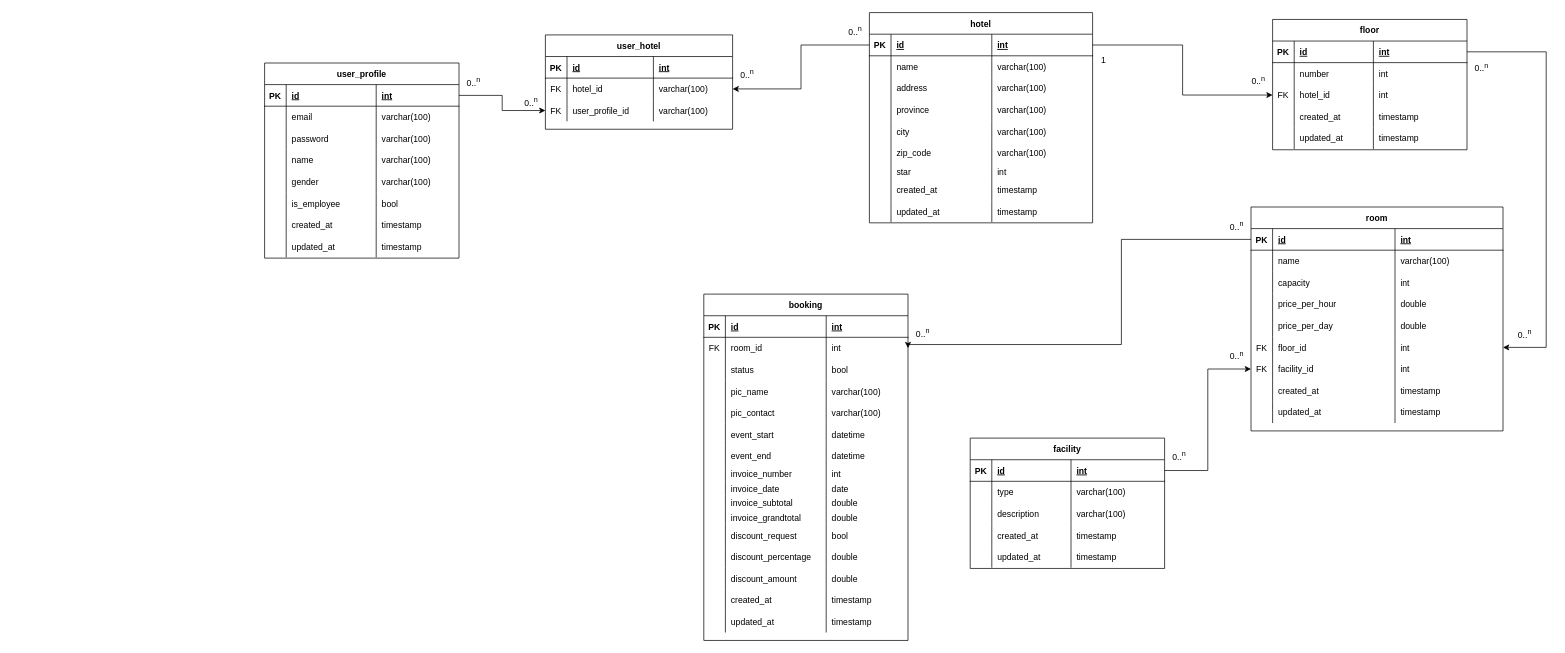
ariejanuarb/hotel_booking keeps this draw.io diagram as page "Latest ERD" (3 of 5) of entity_relationship_diagram/Booking_hotel.drawio. Above is the earlier version. Source tidied: cells renumbered, new cells numbered last; positions are measured from the earlier drawing's top-left corner, leaving out a move shared by most shapes. Both pictures are drawn from the tidied source at 72%, with x=0, y=0 at pixel (264, 12).
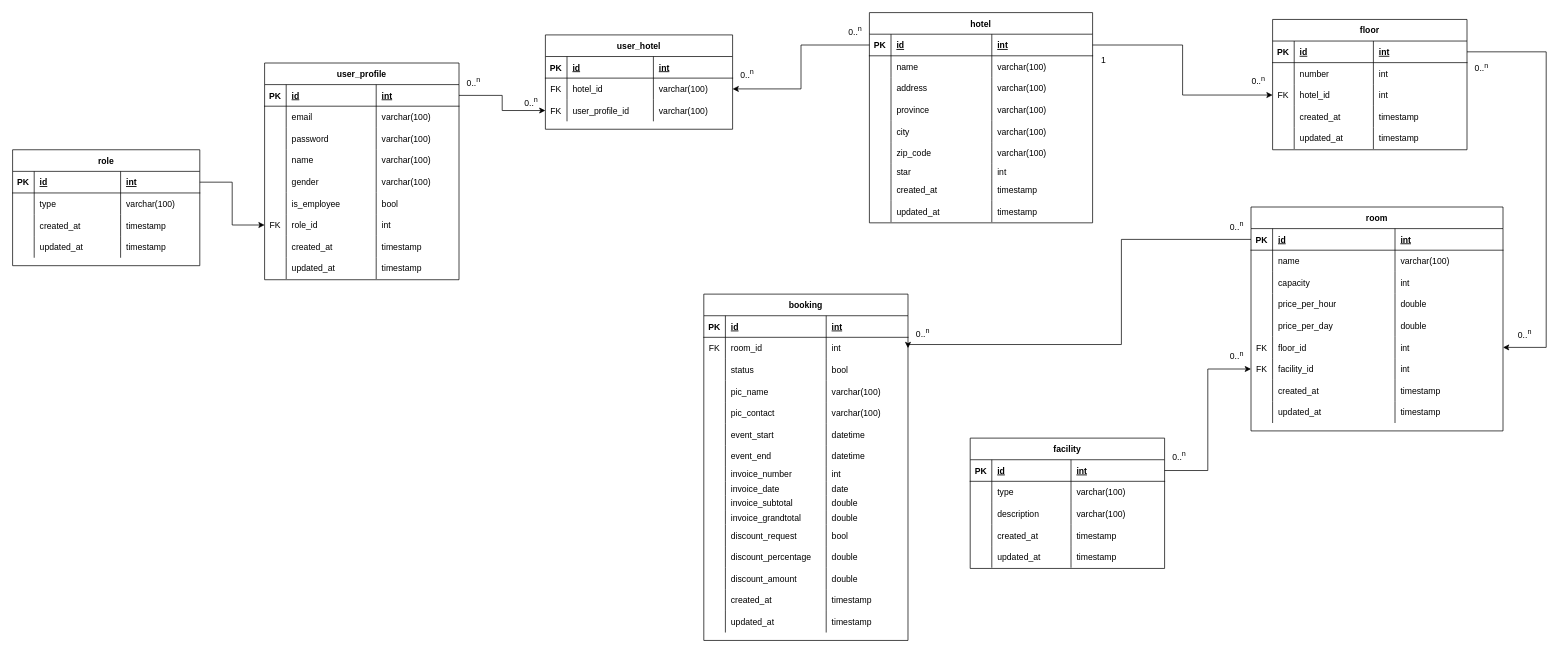
Above is the later version.

Change to the diagram source:
```diff
@@
     <mxCell id="2" value="user_profile" style="shape=table;startSize=30;childLayout=tableLayout;rowLines=0;fontStyle=1;align=center;" parent="1" vertex="1">
-      <mxGeometry y="70" width="270" height="271" as="geometry" />
+      <mxGeometry y="70" width="270" height="301" as="geometry" />
     </mxCell>
@@
+    <mxCell id="247" style="shape=partialRectangle;fillColor=none;points=[[0,0.5],[1,0.5]];portConstraint=eastwest;top=0;left=0;right=0;bottom=0;" parent="2" vertex="1">
+      <mxGeometry y="210" width="270" height="30" as="geometry" />
+    </mxCell>
+    <mxCell id="248" value="FK" style="shape=partialRectangle;overflow=hidden;fillColor=none;top=0;left=0;bottom=0;right=0;" parent="247" vertex="1">
+      <mxGeometry width="30" height="30" as="geometry" />
+    </mxCell>
+    <mxCell id="249" value="role_id" style="shape=partialRectangle;overflow=hidden;fillColor=none;top=0;left=0;bottom=0;right=0;align=left;spacingLeft=6;" parent="247" vertex="1">
+      <mxGeometry x="30" width="125" height="30" as="geometry" />
+    </mxCell>
+    <mxCell id="250" value="int" style="shape=partialRectangle;overflow=hidden;fillColor=none;top=0;left=0;bottom=0;right=0;align=left;spacingLeft=6;" parent="247" vertex="1">
+      <mxGeometry x="155" width="115" height="30" as="geometry" />
+    </mxCell>
     <mxCell id="27" style="shape=partialRectangle;fillColor=none;top=0;left=0;right=0;bottom=0;" parent="2" vertex="1">
-      <mxGeometry y="210" width="270" height="30" as="geometry" />
+      <mxGeometry y="240" width="270" height="30" as="geometry" />
     </mxCell>
@@
     <mxCell id="31" style="shape=partialRectangle;fillColor=none;top=0;left=0;right=0;bottom=0;" parent="2" vertex="1">
-      <mxGeometry y="240" width="270" height="30" as="geometry" />
+      <mxGeometry y="270" width="270" height="30" as="geometry" />
     </mxCell>
@@
+    <mxCell id="251" value="role" style="shape=table;startSize=30;childLayout=tableLayout;rowLines=0;fontStyle=1;align=center;" parent="1" vertex="1">
+      <mxGeometry x="-350" y="190.5" width="260" height="161" as="geometry" />
+    </mxCell>
+    <mxCell id="252" style="shape=partialRectangle;fillColor=none;points=[[0,0.5],[1,0.5]];portConstraint=eastwest;top=0;left=0;right=0;bottom=1;" parent="251" vertex="1">
+      <mxGeometry y="30" width="260" height="30" as="geometry" />
+    </mxCell>
+    <mxCell id="253" value="PK" style="shape=partialRectangle;overflow=hidden;fillColor=none;top=0;left=0;bottom=0;right=0;fontStyle=1;" parent="252" vertex="1">
+      <mxGeometry width="30" height="30" as="geometry" />
+    </mxCell>
+    <mxCell id="254" value="id" style="shape=partialRectangle;overflow=hidden;fillColor=none;top=0;left=0;bottom=0;right=0;align=left;spacingLeft=6;fontStyle=5;" parent="252" vertex="1">
+      <mxGeometry x="30" width="120" height="30" as="geometry" />
+    </mxCell>
+    <mxCell id="255" value="int" style="shape=partialRectangle;overflow=hidden;fillColor=none;top=0;left=0;bottom=0;right=0;align=left;spacingLeft=6;fontStyle=5;" parent="252" vertex="1">
+      <mxGeometry x="150" width="110" height="30" as="geometry" />
+    </mxCell>
+    <mxCell id="256" style="shape=partialRectangle;fillColor=none;top=0;left=0;right=0;bottom=0;" parent="251" vertex="1">
+      <mxGeometry y="60" width="260" height="30" as="geometry" />
+    </mxCell>
+    <mxCell id="257" style="shape=partialRectangle;overflow=hidden;fillColor=none;top=0;left=0;bottom=0;right=0;" parent="256" vertex="1">
+      <mxGeometry width="30" height="30" as="geometry" />
+    </mxCell>
+    <mxCell id="258" value="type" style="shape=partialRectangle;overflow=hidden;fillColor=none;top=0;left=0;bottom=0;right=0;align=left;spacingLeft=6;" parent="256" vertex="1">
+      <mxGeometry x="30" width="120" height="30" as="geometry" />
+    </mxCell>
+    <mxCell id="259" value="varchar(100)" style="shape=partialRectangle;overflow=hidden;fillColor=none;top=0;left=0;bottom=0;right=0;align=left;spacingLeft=6;" parent="256" vertex="1">
+      <mxGeometry x="150" width="110" height="30" as="geometry" />
+    </mxCell>
+    <mxCell id="260" style="shape=partialRectangle;fillColor=none;top=0;left=0;right=0;bottom=0;" parent="251" vertex="1">
+      <mxGeometry y="90" width="260" height="30" as="geometry" />
+    </mxCell>
+    <mxCell id="261" style="shape=partialRectangle;overflow=hidden;fillColor=none;top=0;left=0;bottom=0;right=0;" parent="260" vertex="1">
+      <mxGeometry width="30" height="30" as="geometry" />
+    </mxCell>
+    <mxCell id="262" value="created_at" style="shape=partialRectangle;overflow=hidden;fillColor=none;top=0;left=0;bottom=0;right=0;align=left;spacingLeft=6;" parent="260" vertex="1">
+      <mxGeometry x="30" width="120" height="30" as="geometry" />
+    </mxCell>
+    <mxCell id="263" value="timestamp" style="shape=partialRectangle;overflow=hidden;fillColor=none;top=0;left=0;bottom=0;right=0;align=left;spacingLeft=6;" parent="260" vertex="1">
+      <mxGeometry x="150" width="110" height="30" as="geometry" />
+    </mxCell>
+    <mxCell id="264" style="shape=partialRectangle;fillColor=none;top=0;left=0;right=0;bottom=0;" parent="251" vertex="1">
+      <mxGeometry y="120" width="260" height="30" as="geometry" />
+    </mxCell>
+    <mxCell id="265" style="shape=partialRectangle;overflow=hidden;fillColor=none;top=0;left=0;bottom=0;right=0;" parent="264" vertex="1">
+      <mxGeometry width="30" height="30" as="geometry" />
+    </mxCell>
+    <mxCell id="266" value="updated_at" style="shape=partialRectangle;overflow=hidden;fillColor=none;top=0;left=0;bottom=0;right=0;align=left;spacingLeft=6;" parent="264" vertex="1">
+      <mxGeometry x="30" width="120" height="30" as="geometry" />
+    </mxCell>
+    <mxCell id="267" value="timestamp" style="shape=partialRectangle;overflow=hidden;fillColor=none;top=0;left=0;bottom=0;right=0;align=left;spacingLeft=6;" parent="264" vertex="1">
+      <mxGeometry x="150" width="110" height="30" as="geometry" />
+    </mxCell>
+    <mxCell id="268" style="edgeStyle=orthogonalEdgeStyle;rounded=0;jettySize=auto;html=1;exitX=1;exitY=0.5;exitDx=0;exitDy=0;entryX=0;entryY=0.5;entryDx=0;entryDy=0;" parent="1" edge="1" source="252" target="247">
+      <mxGeometry relative="1" as="geometry" />
+    </mxCell>
```
